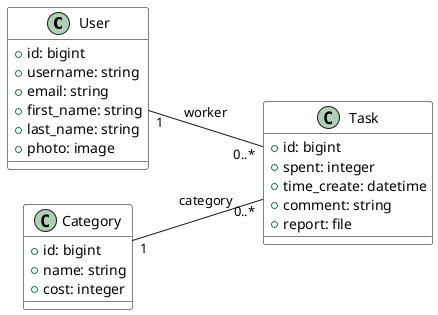
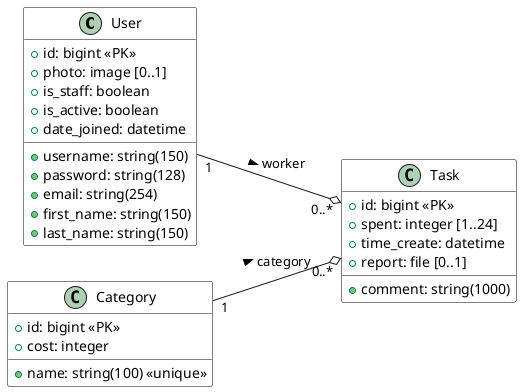
@startuml
left to right direction
skinparam backgroundColor white
skinparam shadowing false
skinparam class {
  BorderColor black
  BackgroundColor white
}

class User {
-   +id: bigint
-   +username: string
-   +email: string
-   +first_name: string
-   +last_name: string
-   +photo: image
+   +id: bigint <<PK>>
+   +username: string(150)
+   +password: string(128)
+   +email: string(254)
+   +first_name: string(150)
+   +last_name: string(150)
+   +photo: image [0..1]
+   +is_staff: boolean
+   +is_active: boolean
+   +date_joined: datetime
}

class Category {
-   +id: bigint
-   +name: string
+   +id: bigint <<PK>>
+   +name: string(100) <<unique>>
  +cost: integer
}

class Task {
-   +id: bigint
-   +spent: integer
+   +id: bigint <<PK>>
+   +spent: integer [1..24]
  +time_create: datetime
-   +comment: string
-   +report: file
+   +comment: string(1000)
+   +report: file [0..1]
}

- User "1" -- "0..*" Task : worker
- Category "1" -- "0..*" Task : category
+ User "1" --o "0..*" Task : worker >
+ Category "1" --o "0..*" Task : category >
+ 
@enduml
